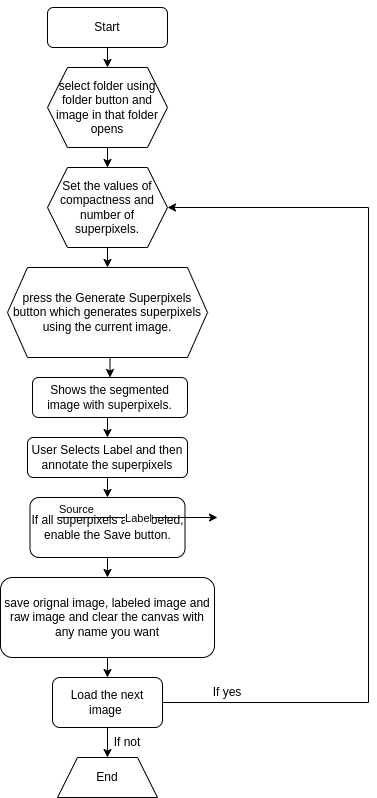
Above: Assets/flowchart.png in ChinmayMundane/Offroad-Nav (draw.io), before the change. Source tidied: cells renumbered, new cells last; positions are measured from the earlier drawing's top-left corner, leaving out a move shared by most shapes. Its diagram source:
```xml
<mxGraphModel background="#FFFFFF">
  <root>
    <mxCell id="0" />
    <mxCell id="1" parent="0" />
    <mxCell id="2" style="edgeStyle=orthogonalEdgeStyle;rounded=0;jettySize=auto;html=1;exitX=0.5;exitY=0;exitDx=0;exitDy=0;" parent="1" edge="1" source="4">
      <mxGeometry relative="1" as="geometry">
        <mxPoint x="97" y="10" as="targetPoint" />
      </mxGeometry>
    </mxCell>
    <mxCell id="3" style="edgeStyle=orthogonalEdgeStyle;rounded=0;jettySize=auto;html=1;exitX=0.5;exitY=1;exitDx=0;exitDy=0;entryX=0.5;entryY=0;entryDx=0;entryDy=0;" parent="1" edge="1" source="4" target="14">
      <mxGeometry relative="1" as="geometry" />
    </mxCell>
    <mxCell id="4" value="Start" style="rounded=1;whiteSpace=wrap;html=1;fontSize=12;glass=0;strokeWidth=1;shadow=0;" parent="1" vertex="1">
      <mxGeometry x="47" width="120" height="40" as="geometry" />
    </mxCell>
    <mxCell id="5" style="edgeStyle=orthogonalEdgeStyle;rounded=0;jettySize=auto;html=1;exitX=0.5;exitY=1;exitDx=0;exitDy=0;entryX=0.5;entryY=0;entryDx=0;entryDy=0;" parent="1" edge="1" source="6" target="8">
      <mxGeometry relative="1" as="geometry" />
    </mxCell>
    <mxCell id="6" value="Shows the segmented image with superpixels." style="rounded=1;whiteSpace=wrap;html=1;fontSize=12;glass=0;strokeWidth=1;shadow=0;" parent="1" vertex="1">
      <mxGeometry x="32" y="370" width="155" height="40" as="geometry" />
    </mxCell>
    <mxCell id="7" style="edgeStyle=orthogonalEdgeStyle;rounded=0;jettySize=auto;html=1;exitX=0.5;exitY=1;exitDx=0;exitDy=0;entryX=0.5;entryY=0;entryDx=0;entryDy=0;" parent="1" edge="1" source="8" target="10">
      <mxGeometry relative="1" as="geometry" />
    </mxCell>
    <mxCell id="8" value="User Selects Label and then annotate the superpixels" style="rounded=1;whiteSpace=wrap;html=1;fontSize=12;glass=0;strokeWidth=1;shadow=0;" parent="1" vertex="1">
      <mxGeometry x="27" y="430" width="160" height="40" as="geometry" />
    </mxCell>
    <mxCell id="9" style="edgeStyle=orthogonalEdgeStyle;rounded=0;jettySize=auto;html=1;exitX=0.5;exitY=1;exitDx=0;exitDy=0;entryX=0.5;entryY=0;entryDx=0;entryDy=0;" parent="1" edge="1" source="10" target="12">
      <mxGeometry relative="1" as="geometry" />
    </mxCell>
    <mxCell id="10" value="If all superpixels are labeled, enable the Save button." style="rounded=1;whiteSpace=wrap;html=1;" parent="1" vertex="1">
      <mxGeometry x="29.5" y="490" width="155" height="60" as="geometry" />
    </mxCell>
    <mxCell id="11" style="edgeStyle=orthogonalEdgeStyle;rounded=0;jettySize=auto;html=1;exitX=0.5;exitY=1;exitDx=0;exitDy=0;entryX=0.5;entryY=0;entryDx=0;entryDy=0;" parent="1" edge="1" source="12" target="21">
      <mxGeometry relative="1" as="geometry" />
    </mxCell>
    <mxCell id="12" value="save orignal image, labeled image and raw image and clear the canvas with any name you want" style="rounded=1;whiteSpace=wrap;html=1;" parent="1" vertex="1">
      <mxGeometry y="570" width="214" height="80" as="geometry" />
    </mxCell>
    <mxCell id="13" style="edgeStyle=orthogonalEdgeStyle;rounded=0;jettySize=auto;html=1;exitX=0.5;exitY=1;exitDx=0;exitDy=0;" parent="1" edge="1" source="14" target="16">
      <mxGeometry relative="1" as="geometry" />
    </mxCell>
    <mxCell id="14" value="select folder using folder button and image in that folder opens" style="shape=hexagon;perimeter=hexagonPerimeter2;whiteSpace=wrap;html=1;fixedSize=1;" parent="1" vertex="1">
      <mxGeometry x="47" y="60" width="120" height="80" as="geometry" />
    </mxCell>
    <mxCell id="15" style="edgeStyle=orthogonalEdgeStyle;rounded=0;jettySize=auto;html=1;exitX=0.5;exitY=1;exitDx=0;exitDy=0;entryX=0.5;entryY=0;entryDx=0;entryDy=0;" parent="1" edge="1" source="16" target="18">
      <mxGeometry relative="1" as="geometry" />
    </mxCell>
    <mxCell id="16" value="&lt;span style=&quot;color: rgb(0, 0, 0); font-family: Helvetica; font-size: 12px; font-style: normal; font-variant-ligatures: normal; font-variant-caps: normal; font-weight: 400; letter-spacing: normal; orphans: 2; text-align: center; text-indent: 0px; text-transform: none; widows: 2; word-spacing: 0px; -webkit-text-stroke-width: 0px; background-color: rgb(251, 251, 251); text-decoration-thickness: initial; text-decoration-style: initial; text-decoration-color: initial; float: none; display: inline !important;&quot;&gt;Set the values of compactness and number of superpixels.&lt;/span&gt;" style="shape=hexagon;perimeter=hexagonPerimeter2;whiteSpace=wrap;html=1;fixedSize=1;" parent="1" vertex="1">
      <mxGeometry x="47" y="160" width="120" height="80" as="geometry" />
    </mxCell>
    <mxCell id="17" style="edgeStyle=orthogonalEdgeStyle;rounded=0;jettySize=auto;html=1;exitX=0.5;exitY=1;exitDx=0;exitDy=0;entryX=0.5;entryY=0;entryDx=0;entryDy=0;" parent="1" edge="1" source="18" target="6">
      <mxGeometry relative="1" as="geometry" />
    </mxCell>
    <mxCell id="18" value="&lt;span style=&quot;color: rgb(0, 0, 0); font-family: Helvetica; font-size: 12px; font-style: normal; font-variant-ligatures: normal; font-variant-caps: normal; font-weight: 400; letter-spacing: normal; orphans: 2; text-align: center; text-indent: 0px; text-transform: none; widows: 2; word-spacing: 0px; -webkit-text-stroke-width: 0px; background-color: rgb(251, 251, 251); text-decoration-thickness: initial; text-decoration-style: initial; text-decoration-color: initial; float: none; display: inline !important;&quot;&gt;press the Generate Superpixels button which generates superpixels using the current image.&lt;/span&gt;" style="shape=hexagon;perimeter=hexagonPerimeter2;whiteSpace=wrap;html=1;fixedSize=1;" parent="1" vertex="1">
      <mxGeometry x="7" y="260" width="200" height="90" as="geometry" />
    </mxCell>
    <mxCell id="19" style="edgeStyle=orthogonalEdgeStyle;rounded=0;jettySize=auto;html=1;exitX=0.5;exitY=1;exitDx=0;exitDy=0;entryX=0.5;entryY=0;entryDx=0;entryDy=0;" parent="1" edge="1" source="21" target="22">
      <mxGeometry relative="1" as="geometry" />
    </mxCell>
    <mxCell id="20" style="edgeStyle=orthogonalEdgeStyle;rounded=0;jettySize=auto;html=1;exitX=1;exitY=0.5;exitDx=0;exitDy=0;entryX=1;entryY=0.5;entryDx=0;entryDy=0;" parent="1" edge="1" source="21" target="16">
      <mxGeometry relative="1" as="geometry">
        <Array as="points">
          <mxPoint x="368" y="695" />
          <mxPoint x="368" y="200" />
        </Array>
      </mxGeometry>
    </mxCell>
    <mxCell id="21" value="Load the next image&amp;nbsp;" style="rounded=1;whiteSpace=wrap;html=1;" parent="1" vertex="1">
      <mxGeometry x="52" y="670" width="110" height="50" as="geometry" />
    </mxCell>
    <mxCell id="22" value="End" style="shape=trapezoid;perimeter=trapezoidPerimeter;whiteSpace=wrap;html=1;fixedSize=1;" parent="1" vertex="1">
      <mxGeometry x="57" y="750" width="100" height="40" as="geometry" />
    </mxCell>
    <mxCell id="23" value="If not" style="text;html=1;strokeColor=none;fillColor=none;align=center;verticalAlign=middle;whiteSpace=wrap;rounded=0;" parent="1" vertex="1">
      <mxGeometry x="97" y="720" width="60" height="30" as="geometry" />
    </mxCell>
    <mxCell id="24" value="If yes" style="text;html=1;strokeColor=none;fillColor=none;align=center;verticalAlign=middle;whiteSpace=wrap;rounded=0;" parent="1" vertex="1">
      <mxGeometry x="197" y="670" width="60" height="30" as="geometry" />
    </mxCell>
    <mxCell id="25" style="endArrow=classic;html=1;rounded=0;" parent="1" edge="1">
      <mxGeometry relative="1" as="geometry">
        <mxPoint x="57" y="510" as="sourcePoint" />
        <mxPoint x="217" y="510" as="targetPoint" />
      </mxGeometry>
    </mxCell>
    <mxCell id="26" value="Label" style="edgeLabel;html=1;align=center;verticalAlign=middle;" parent="25" vertex="1">
      <mxGeometry relative="1" as="geometry" />
    </mxCell>
    <mxCell id="27" value="Source" style="edgeLabel;html=1;align=left;verticalAlign=bottom;" parent="25" vertex="1">
      <mxGeometry x="-1" relative="1" as="geometry" />
    </mxCell>
  </root>
</mxGraphModel>
```
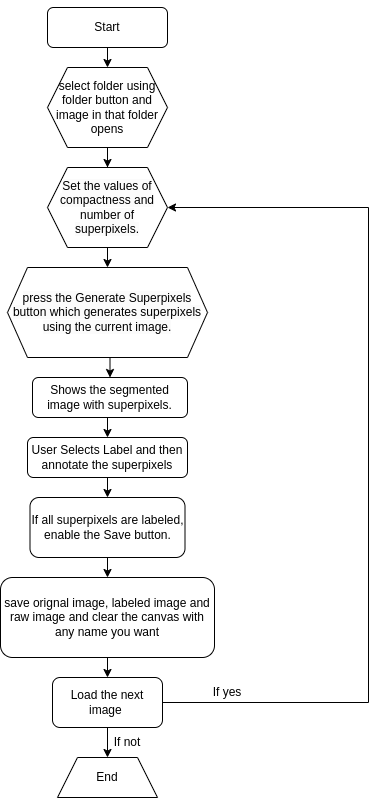
Later version of the same file.

The edit, as a diff of the source:
```diff
@@ -78,17 +78,5 @@
     <mxCell id="24" value="If yes" style="text;html=1;strokeColor=none;fillColor=none;align=center;verticalAlign=middle;whiteSpace=wrap;rounded=0;" parent="1" vertex="1">
       <mxGeometry x="197" y="670" width="60" height="30" as="geometry" />
     </mxCell>
-    <mxCell id="25" style="endArrow=classic;html=1;rounded=0;" parent="1" edge="1">
-      <mxGeometry relative="1" as="geometry">
-        <mxPoint x="57" y="510" as="sourcePoint" />
-        <mxPoint x="217" y="510" as="targetPoint" />
-      </mxGeometry>
-    </mxCell>
-    <mxCell id="26" value="Label" style="edgeLabel;html=1;align=center;verticalAlign=middle;" parent="25" vertex="1">
-      <mxGeometry relative="1" as="geometry" />
-    </mxCell>
-    <mxCell id="27" value="Source" style="edgeLabel;html=1;align=left;verticalAlign=bottom;" parent="25" vertex="1">
-      <mxGeometry x="-1" relative="1" as="geometry" />
-    </mxCell>
   </root>
 </mxGraphModel>
```
